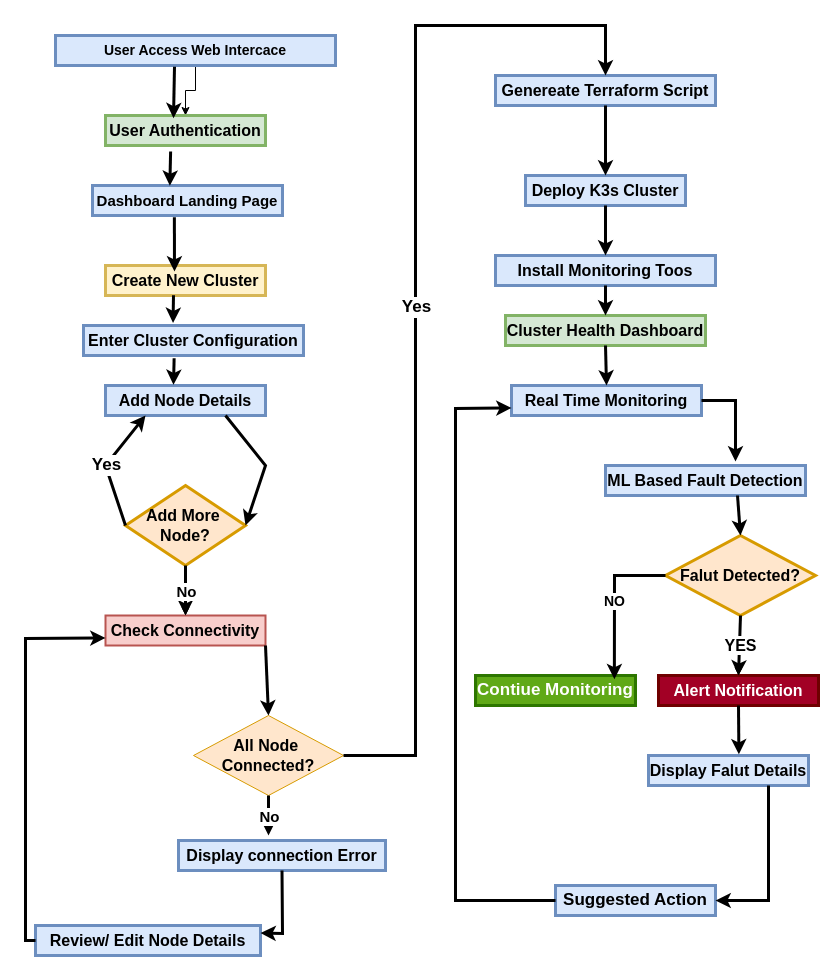
Earlier version of the draw.io diagram web-interface-flow-k3s.drawio (MdShafiqulSaymon/System_Design). Source tidied: cells renumbered, new cells numbered last; positions are measured from the earlier drawing's top-left corner, leaving out a move shared by most shapes. Both pictures are drawn from the tidied source at 100%, with x=0, y=0 at pixel (25, 25).
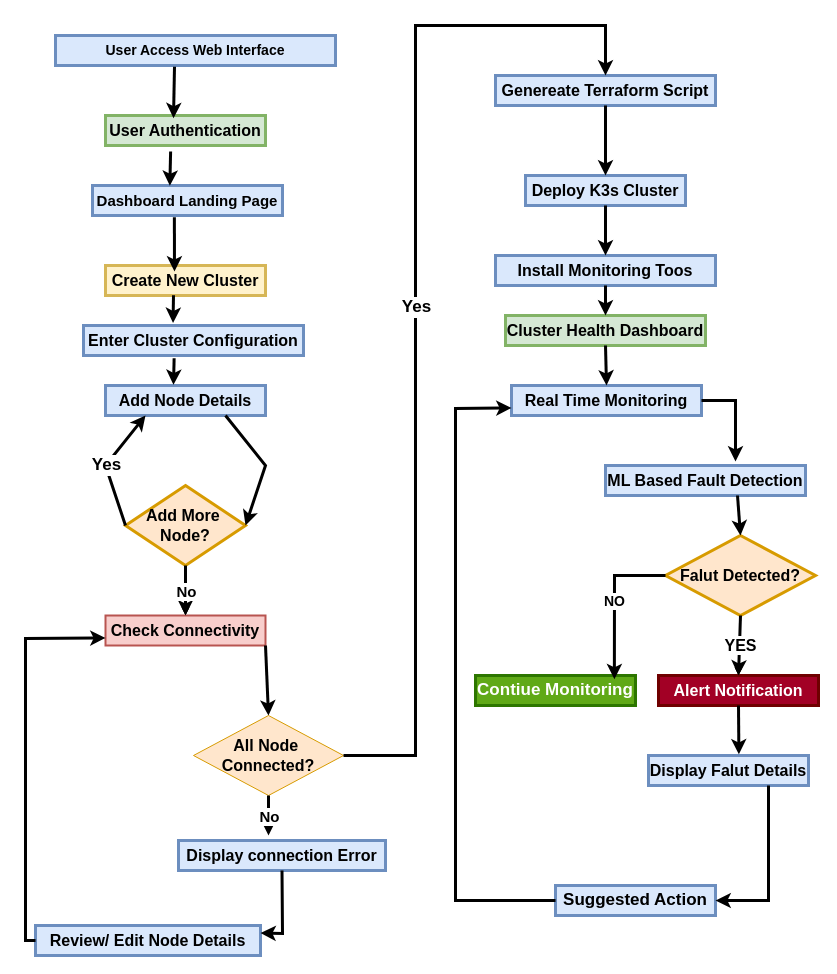
The same diagram, later.

Unchanged cells that the change refers to:
```xml
<mxCell id="4" value="&lt;b&gt;&lt;font style=&quot;font-size: 16px;&quot;&gt;User Authentication&lt;/font&gt;&lt;/b&gt;" style="rounded=0;whiteSpace=wrap;html=1;fillColor=#d5e8d4;strokeColor=#82b366;strokeWidth=3;" parent="1" vertex="1">
  <mxGeometry x="80" y="90" width="160" height="30" as="geometry" />
</mxCell>
```

The edit, as a diff of the source:
```diff
@@
-    <mxCell id="2" style="edgeStyle=orthogonalEdgeStyle;rounded=0;jettySize=auto;html=1;" parent="1" edge="1" source="3" target="4">
-      <mxGeometry relative="1" as="geometry" />
-    </mxCell>
-    <mxCell id="3" value="&lt;b&gt;&lt;font style=&quot;font-size: 14px;&quot;&gt;User Access Web Intercace&lt;/font&gt;&lt;/b&gt;" style="rounded=0;whiteSpace=wrap;html=1;fillColor=#dae8fc;strokeColor=#6c8ebf;strokeWidth=3;" parent="1" vertex="1">
+    <mxCell id="3" value="&lt;b&gt;&lt;font style=&quot;font-size: 14px;&quot;&gt;User Access Web Interface&lt;/font&gt;&lt;/b&gt;" style="rounded=0;whiteSpace=wrap;html=1;fillColor=#dae8fc;strokeColor=#6c8ebf;strokeWidth=3;" parent="1" vertex="1">
       <mxGeometry x="30" y="10" width="280" height="30" as="geometry" />
     </mxCell>
```
